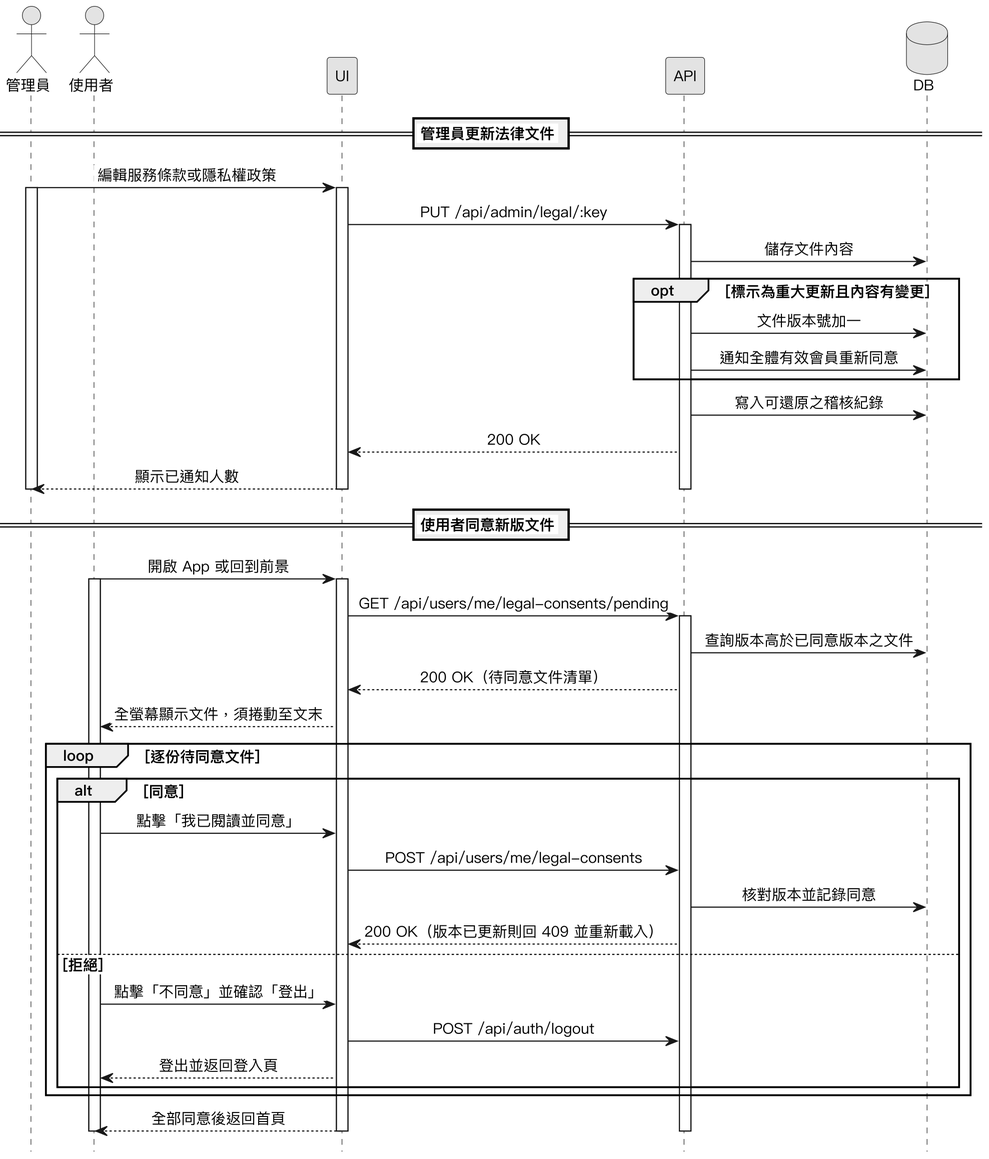
Before: Diagrams/Sequence Diagrams/v3/seq_legal_consent.png, a diagram exported from PlantUML (SaveMyBook/SaveMyBook).
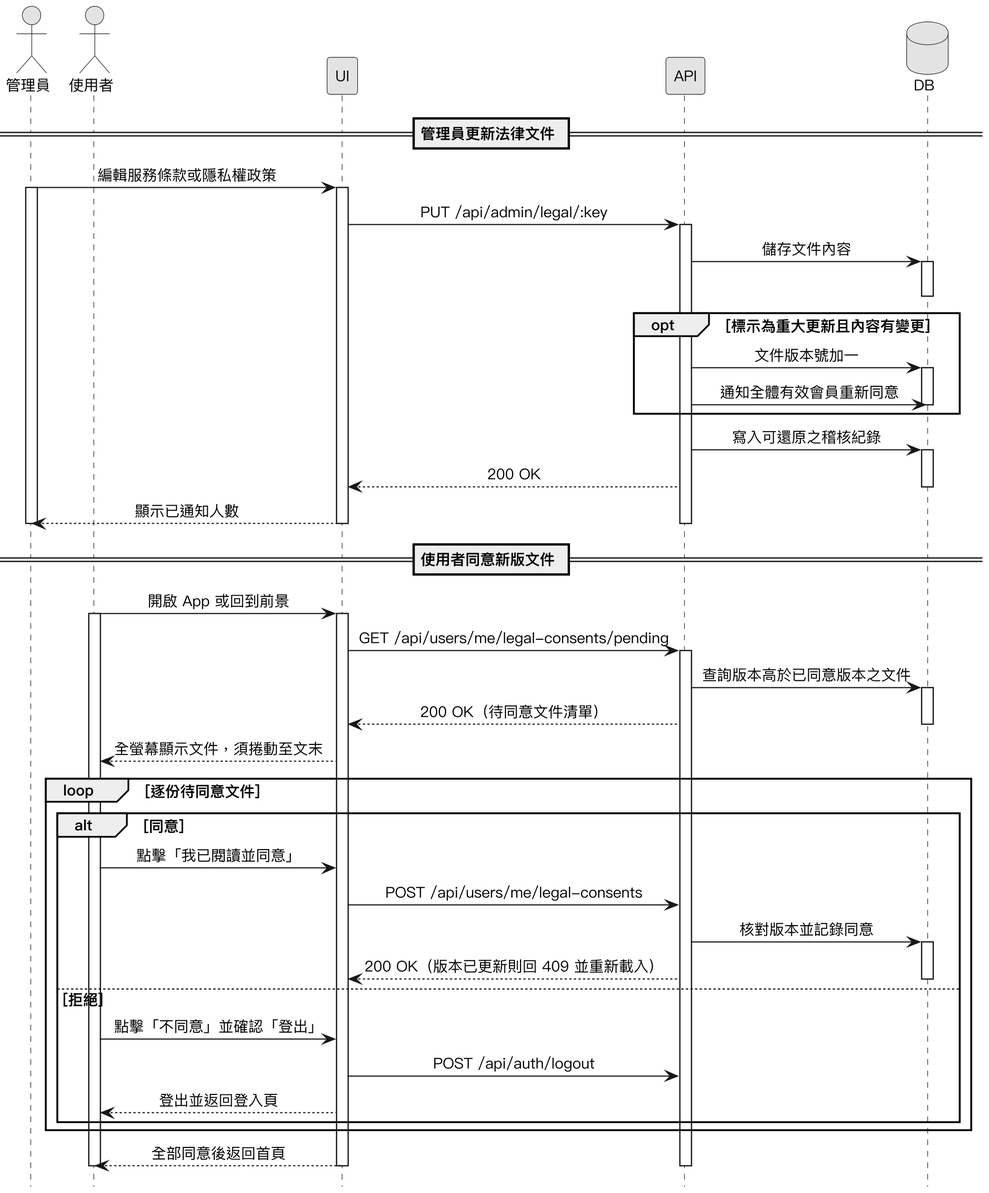
Later version of the same file.

The edit, as a diff of the source:
```diff
@@ -20,13 +20,18 @@
 activate UI
 UI -> API : PUT /api/admin/legal/:key
 activate API
-API -> DB : 儲存文件內容
+API -> DB ++ : 儲存文件內容
+deactivate DB
 opt 標示為重大更新且內容有變更
   API -> DB : 文件版本號加一
+  activate DB
   API -> DB : 通知全體有效會員重新同意
+  deactivate DB
 end
 API -> DB : 寫入可還原之稽核紀錄
+activate DB
 API --> UI : 200 OK
+deactivate DB
 UI --> 管理員 : 顯示已通知人數
 deactivate API
 deactivate UI
@@ -39,14 +44,18 @@
 UI -> API : GET /api/users/me/legal-consents/pending
 activate API
 API -> DB : 查詢版本高於已同意版本之文件
+activate DB
 API --> UI : 200 OK（待同意文件清單）
+deactivate DB
 UI --> 使用者 : 全螢幕顯示文件，須捲動至文末
 loop 逐份待同意文件
   alt 同意
     使用者 -> UI : 點擊「我已閱讀並同意」
     UI -> API : POST /api/users/me/legal-consents
     API -> DB : 核對版本並記錄同意
+    activate DB
     API --> UI : 200 OK（版本已更新則回 409 並重新載入）
+    deactivate DB
   else 拒絕
     使用者 -> UI : 點擊「不同意」並確認「登出」
     UI -> API : POST /api/auth/logout
```
